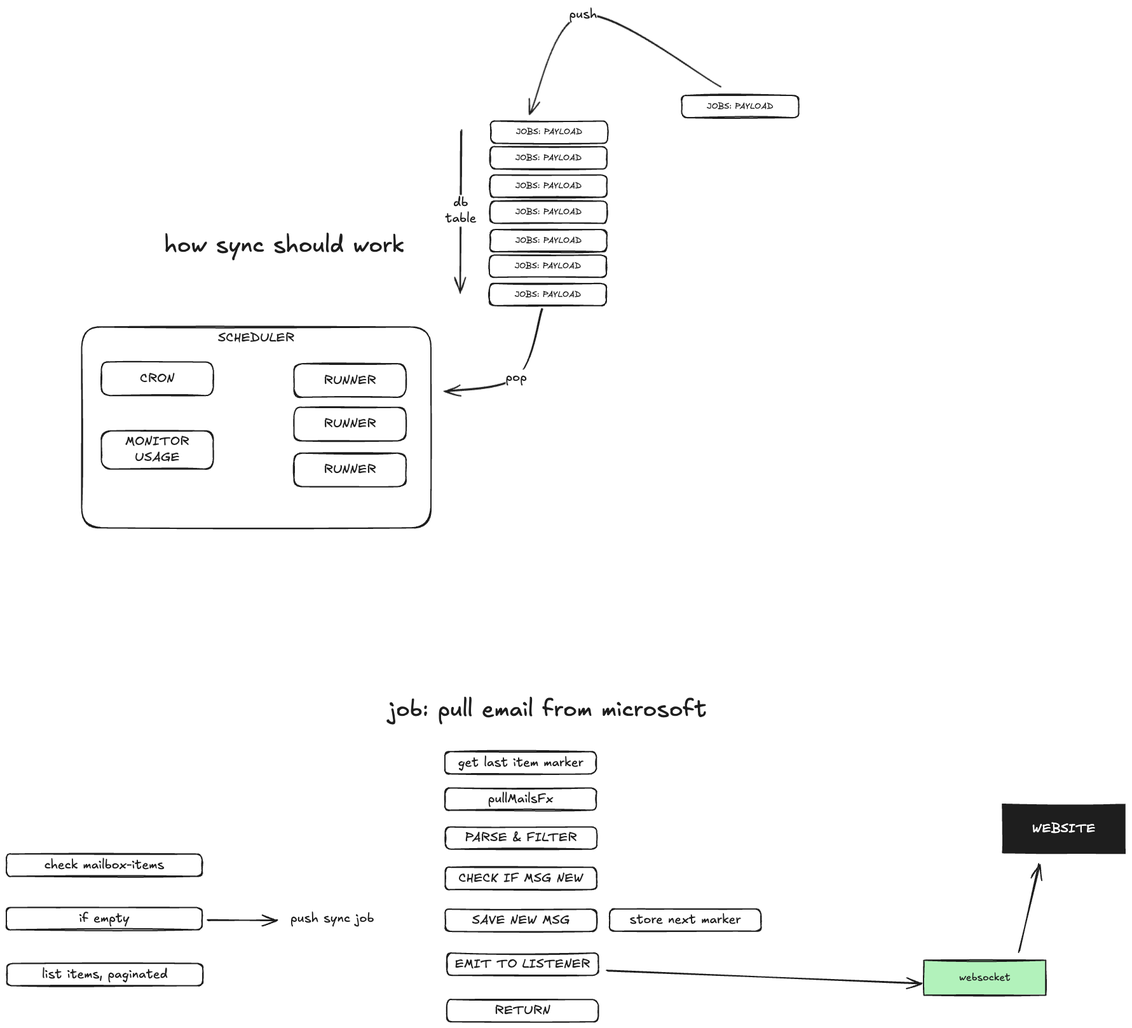
ecliptic-studio/ecliptic keeps this Excalidraw diagram as src/controllers/ctrl.mailbox.list.emails.excalidraw.png. Above is the earlier version. Source tidied: one line per element, renumbered; positions are measured from the earlier drawing's top-left corner, leaving out a move shared by most shapes.
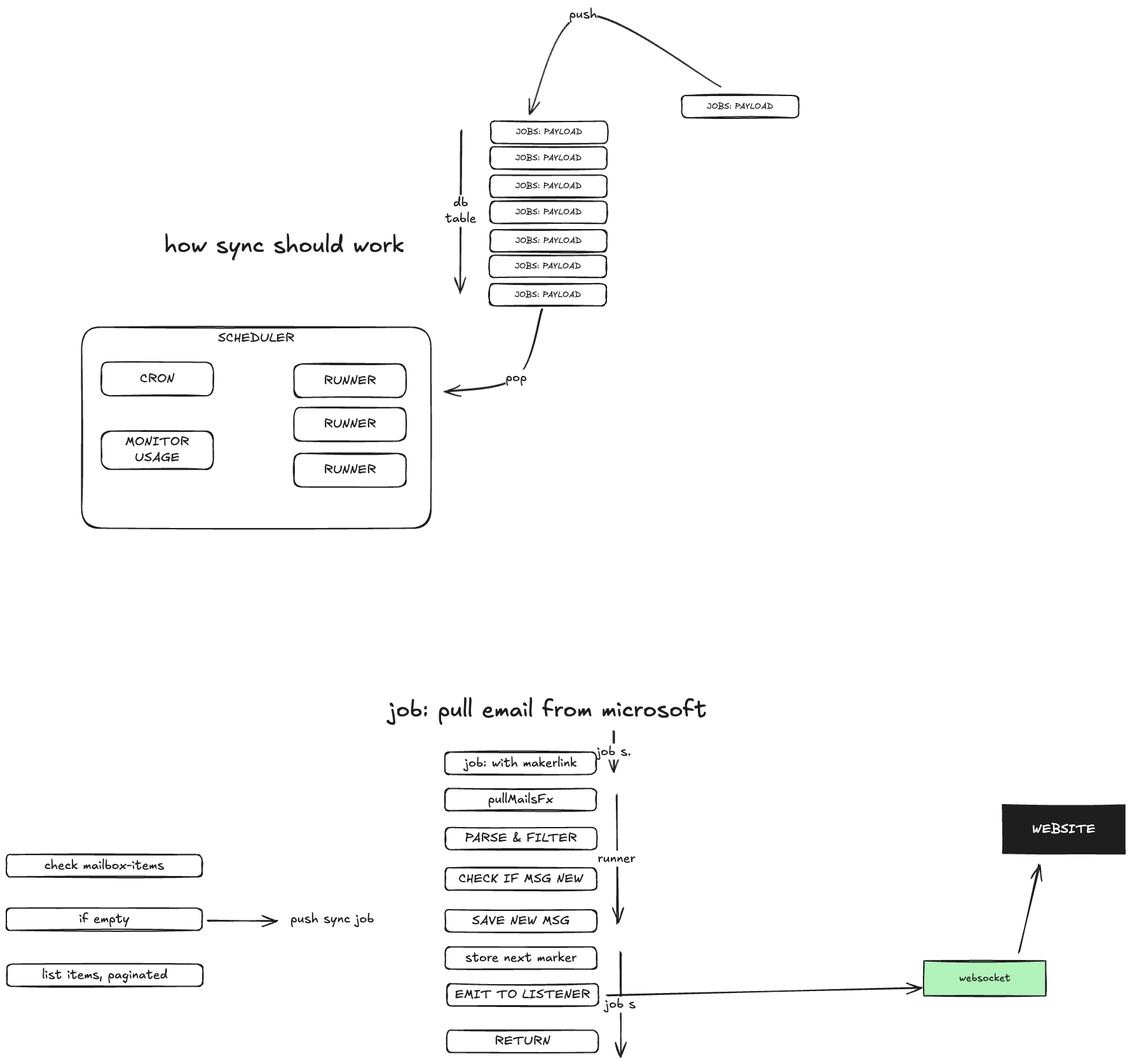
The same file after the commit.

What changed in the source:
```diff
@@ -8,7 +8,7 @@
 {"id": 7, "type": "text", "text": "list items, paginated", "strokeColor": "#1e1e1e", "strokeWidth": 2, "roughness": 1, "fontSize": 20, "fontFamily": 5, "textAlign": "center", "verticalAlign": "middle", "inside": 6, "x": 56, "y": 1510, "width": 197, "height": 25}
 {"id": 8, "type": "text", "text": "job: pull email from microsoft", "strokeColor": "#1e1e1e", "strokeWidth": 2, "roughness": 1, "fontSize": 36, "fontFamily": 5, "x": 601, "y": 1084, "width": 501, "height": 45}
 {"id": 9, "type": "rectangle", "strokeColor": "#1e1e1e", "strokeWidth": 2, "roughness": 1, "round": true, "x": 690, "y": 1172, "width": 238, "height": 35}
-{"id": 10, "type": "text", "text": "get last item marker", "strokeColor": "#1e1e1e", "strokeWidth": 2, "roughness": 1, "fontSize": 20, "fontFamily": 5, "textAlign": "center", "verticalAlign": "middle", "inside": 9, "x": 711, "y": 1177, "width": 197, "height": 25}
+{"id": 10, "type": "text", "text": "job: with makerlink", "strokeColor": "#1e1e1e", "strokeWidth": 2, "roughness": 1, "fontSize": 20, "fontFamily": 5, "textAlign": "center", "verticalAlign": "middle", "inside": 9, "x": 721, "y": 1177, "width": 177, "height": 25}
 {"id": 11, "type": "rectangle", "strokeColor": "#ffffff", "backgroundColor": "#1e1e1e", "fillStyle": "solid", "strokeWidth": 2, "roughness": 1, "x": 1565, "y": 1253, "width": 197, "height": 81}
 {"id": 12, "type": "text", "text": "WEBSITE", "strokeColor": "#ffffff", "backgroundColor": "#1e1e1e", "fillStyle": "solid", "strokeWidth": 2, "roughness": 1, "fontSize": 20, "fontFamily": 5, "textAlign": "center", "verticalAlign": "middle", "inside": 11, "x": 1614, "y": 1281, "width": 100, "height": 25}
 {"id": 13, "type": "rectangle", "strokeColor": "#1e1e1e", "strokeWidth": 2, "roughness": 1, "round": true, "x": 690, "y": 1229, "width": 238, "height": 35}
@@ -19,48 +19,19 @@
 {"id": 18, "type": "text", "text": "PARSE & FILTER", "strokeColor": "#1e1e1e", "strokeWidth": 2, "roughness": 1, "fontSize": 20, "fontFamily": 5, "textAlign": "center", "verticalAlign": "middle", "inside": 17, "x": 722, "y": 1296, "width": 176, "height": 25}
 {"id": 19, "type": "rectangle", "strokeColor": "#1e1e1e", "strokeWidth": 2, "roughness": 1, "round": true, "x": 691, "y": 1420, "width": 238, "height": 35}
 {"id": 20, "type": "text", "text": "SAVE NEW MSG", "strokeColor": "#1e1e1e", "strokeWidth": 2, "roughness": 1, "fontSize": 20, "fontFamily": 5, "textAlign": "center", "verticalAlign": "middle", "inside": 19, "x": 733, "y": 1425, "width": 154, "height": 25}
-{"id": 21, "type": "rectangle", "strokeColor": "#1e1e1e", "strokeWidth": 2, "roughness": 1, "round": true, "x": 693, "y": 1489, "width": 238, "height": 35}
+{"id": 21, "type": "rectangle", "strokeColor": "#1e1e1e", "strokeWidth": 2, "roughness": 1, "round": true, "x": 693, "y": 1536, "width": 238, "height": 35}
-{"id": 22, "type": "text", "text": "EMIT TO LISTENER", "strokeColor": "#1e1e1e", "strokeWidth": 2, "roughness": 1, "fontSize": 20, "fontFamily": 5, "textAlign": "center", "verticalAlign": "middle", "inside": 21, "x": 706, "y": 1494, "width": 213, "height": 25}
+{"id": 22, "type": "text", "text": "EMIT TO LISTENER", "strokeColor": "#1e1e1e", "strokeWidth": 2, "roughness": 1, "fontSize": 20, "fontFamily": 5, "textAlign": "center", "verticalAlign": "middle", "inside": 21, "x": 706, "y": 1541, "width": 213, "height": 25}
-{"id": 23, "type": "rectangle", "strokeColor": "#1e1e1e", "strokeWidth": 2, "roughness": 1, "round": true, "x": 949, "y": 1420, "width": 238, "height": 35}
+{"id": 23, "type": "rectangle", "strokeColor": "#1e1e1e", "strokeWidth": 2, "roughness": 1, "round": true, "x": 691, "y": 1478, "width": 238, "height": 35}
-{"id": 24, "type": "text", "text": "store next marker", "strokeColor": "#1e1e1e", "strokeWidth": 2, "roughness": 1, "fontSize": 20, "fontFamily": 5, "textAlign": "center", "verticalAlign": "middle", "inside": 23, "x": 981, "y": 1425, "width": 175, "height": 25}
+{"id": 24, "type": "text", "text": "store next marker", "strokeColor": "#1e1e1e", "strokeWidth": 2, "roughness": 1, "fontSize": 20, "fontFamily": 5, "textAlign": "center", "verticalAlign": "middle", "inside": 23, "x": 722, "y": 1483, "width": 175, "height": 25}
-{"id": 25, "type": "rectangle", "strokeColor": "#1e1e1e", "strokeWidth": 2, "roughness": 1, "round": true, "x": 693, "y": 1562, "width": 238, "height": 35}
+{"id": 25, "type": "rectangle", "strokeColor": "#1e1e1e", "strokeWidth": 2, "roughness": 1, "round": true, "x": 693, "y": 1609, "width": 238, "height": 35}
-{"id": 26, "type": "text", "text": "RETURN", "strokeColor": "#1e1e1e", "strokeWidth": 2, "roughness": 1, "fontSize": 20, "fontFamily": 5, "textAlign": "center", "verticalAlign": "middle", "inside": 25, "x": 768, "y": 1567, "width": 88, "height": 25}
+{"id": 26, "type": "text", "text": "RETURN", "strokeColor": "#1e1e1e", "strokeWidth": 2, "roughness": 1, "fontSize": 20, "fontFamily": 5, "textAlign": "center", "verticalAlign": "middle", "inside": 25, "x": 768, "y": 1614, "width": 88, "height": 25}
 {"id": 27, "type": "rectangle", "strokeColor": "#1e1e1e", "backgroundColor": "#b2f2bb", "fillStyle": "solid", "strokeWidth": 2, "roughness": 1, "x": 1444, "y": 1500, "width": 192, "height": 55}
 {"id": 28, "type": "text", "text": "websocket", "strokeColor": "#1e1e1e", "backgroundColor": "#b2f2bb", "fillStyle": "solid", "strokeWidth": 2, "roughness": 1, "fontSize": 16, "fontFamily": 5, "textAlign": "center", "verticalAlign": "middle", "inside": 27, "x": 1499, "y": 1518, "width": 81, "height": 20}
-{"id": 29, "type": "arrow", "strokeColor": "#1e1e1e", "backgroundColor": "#b2f2bb", "fillStyle": "solid", "strokeWidth": 2, "roughness": 1, "endArrowhead": "arrow", "round": true, "from": 21, "to": 27, "x": 946, "y": 1517, "width": 495, "height": 20, "points": [[0, 0], [495, 20]]}
+{"id": 29, "type": "arrow", "strokeColor": "#1e1e1e", "backgroundColor": "#b2f2bb", "fillStyle": "solid", "strokeWidth": 2, "roughness": 1, "endArrowhead": "arrow", "round": true, "from": 21, "to": 27, "x": 946, "y": 1555, "width": 495, "height": 12, "points": [[0, 0], [495, -12]]}
 {"id": 30, "type": "arrow", "strokeColor": "#1e1e1e", "backgroundColor": "#b2f2bb", "fillStyle": "solid", "strokeWidth": 2, "roughness": 1, "endArrowhead": "arrow", "round": true, "from": 27, "to": 11, "x": 1594, "y": 1487, "width": 31, "height": 138, "points": [[0, 0], [31, -138]]}
-{"id": 31, "type": "text", "text": "how sync should work", "strokeColor": "#1e1e1e", "strokeWidth": 2, "roughness": 1, "fontSize": 36, "fontFamily": 5, "x": 248, "y": 354, "width": 378, "height": 45}
-{"id": 32, "type": "rectangle", "strokeColor": "#1e1e1e", "strokeWidth": 2, "roughness": 1, "round": true, "x": 1062, "y": 140, "width": 184, "height": 35}
-{"id": 33, "type": "text", "text": "JOBS: PAYLOAD", "strokeColor": "#1e1e1e", "strokeWidth": 2, "roughness": 1, "fontSize": 13.2, "fontFamily": 5, "textAlign": "center", "verticalAlign": "middle", "inside": 32, "x": 1102, "y": 149, "width": 105, "height": 16}
-{"id": 34, "type": "rectangle", "strokeColor": "#1e1e1e", "strokeWidth": 2, "roughness": 1, "round": true, "x": 762, "y": 180, "width": 184, "height": 35}
-{"id": 35, "type": "text", "text": "JOBS: PAYLOAD", "strokeColor": "#1e1e1e", "strokeWidth": 2, "roughness": 1, "fontSize": 13.2, "fontFamily": 5, "textAlign": "center", "verticalAlign": "middle", "inside": 34, "x": 802, "y": 190, "width": 105, "height": 16}
-{"id": 36, "type": "rectangle", "strokeColor": "#1e1e1e", "strokeWidth": 2, "roughness": 1, "round": true, "x": 761, "y": 221, "width": 184, "height": 35}
-{"id": 37, "type": "text", "text": "JOBS: PAYLOAD", "strokeColor": "#1e1e1e", "strokeWidth": 2, "roughness": 1, "fontSize": 13.2, "fontFamily": 5, "textAlign": "center", "verticalAlign": "middle", "inside": 36, "x": 801, "y": 230, "width": 105, "height": 16}
-{"id": 38, "type": "rectangle", "strokeColor": "#1e1e1e", "strokeWidth": 2, "roughness": 1, "round": true, "x": 761, "y": 265, "width": 184, "height": 35}
-{"id": 39, "type": "text", "text": "JOBS: PAYLOAD", "strokeColor": "#1e1e1e", "strokeWidth": 2, "roughness": 1, "fontSize": 13.2, "fontFamily": 5, "textAlign": "center", "verticalAlign": "middle", "inside": 38, "x": 801, "y": 275, "width": 105, "height": 16}
-{"id": 40, "type": "rectangle", "strokeColor": "#1e1e1e", "strokeWidth": 2, "roughness": 1, "round": true, "x": 761, "y": 306, "width": 184, "height": 35}
-{"id": 41, "type": "text", "text": "JOBS: PAYLOAD", "strokeColor": "#1e1e1e", "strokeWidth": 2, "roughness": 1, "fontSize": 13.2, "fontFamily": 5, "textAlign": "center", "verticalAlign": "middle", "inside": 40, "x": 801, "y": 316, "width": 105, "height": 16}
-{"id": 42, "type": "rectangle", "strokeColor": "#1e1e1e", "strokeWidth": 2, "roughness": 1, "round": true, "x": 761, "y": 351, "width": 184, "height": 35}
-{"id": 43, "type": "text", "text": "JOBS: PAYLOAD", "strokeColor": "#1e1e1e", "strokeWidth": 2, "roughness": 1, "fontSize": 13.2, "fontFamily": 5, "textAlign": "center", "verticalAlign": "middle", "inside": 42, "x": 801, "y": 360, "width": 105, "height": 16}
-{"id": 44, "type": "rectangle", "strokeColor": "#1e1e1e", "strokeWidth": 2, "roughness": 1, "round": true, "x": 760, "y": 391, "width": 184, "height": 35}
-{"id": 45, "type": "text", "text": "JOBS: PAYLOAD", "strokeColor": "#1e1e1e", "strokeWidth": 2, "roughness": 1, "fontSize": 13.2, "fontFamily": 5, "textAlign": "center", "verticalAlign": "middle", "inside": 44, "x": 800, "y": 400, "width": 105, "height": 16}
-{"id": 46, "type": "rectangle", "strokeColor": "#1e1e1e", "strokeWidth": 2, "roughness": 1, "round": true, "x": 760, "y": 436, "width": 184, "height": 35}
-{"id": 47, "type": "text", "text": "JOBS: PAYLOAD", "strokeColor": "#1e1e1e", "strokeWidth": 2, "roughness": 1, "fontSize": 13.2, "fontFamily": 5, "textAlign": "center", "verticalAlign": "middle", "inside": 46, "x": 800, "y": 445, "width": 105, "height": 16}
-{"id": 48, "type": "arrow", "strokeColor": "#1e1e1e", "strokeWidth": 2, "roughness": 1, "endArrowhead": "arrow", "round": true, "from": 32, "to": 34, "x": 1123, "y": 125, "width": 300, "height": 155, "points": [[0, 0], [-216, -112], [-300, 43]]}
-{"id": 49, "type": "text", "text": "push", "strokeColor": "#1e1e1e", "strokeWidth": 2, "roughness": 1, "fontSize": 20, "fontFamily": 5, "textAlign": "center", "verticalAlign": "middle", "inside": 48, "x": 885, "y": 0, "width": 44, "height": 25}
-{"id": 50, "type": "rectangle", "strokeColor": "#1e1e1e", "strokeWidth": 2, "roughness": 1, "round": true, "x": 118, "y": 504, "width": 549, "height": 316}
-{"id": 51, "type": "text", "text": "SCHEDULER", "strokeColor": "#1e1e1e", "strokeWidth": 2, "roughness": 1, "fontSize": 20, "fontFamily": 5, "textAlign": "center", "inside": 50, "x": 333, "y": 509, "width": 121, "height": 25}
-{"id": 52, "type": "arrow", "strokeColor": "#1e1e1e", "strokeWidth": 2, "roughness": 1, "endArrowhead": "arrow", "round": true, "from": 46, "to": 50, "x": 843, "y": 475, "width": 154, "height": 132, "points": [[0, 0], [-40, 109], [-154, 132]]}
-{"id": 53, "type": "text", "text": "pop", "strokeColor": "#1e1e1e", "strokeWidth": 2, "roughness": 1, "fontSize": 20, "fontFamily": 5, "textAlign": "center", "verticalAlign": "middle", "inside": 52, "x": 785, "y": 571, "width": 33, "height": 25}
-{"id": 54, "type": "arrow", "strokeColor": "#1e1e1e", "strokeWidth": 2, "roughness": 1, "endArrowhead": "arrow", "round": true, "x": 716, "y": 194, "width": 3, "height": 255, "points": [[0, 0], [-3, 255]]}
-{"id": 55, "type": "text", "text": "db\ntable", "strokeColor": "#1e1e1e", "strokeWidth": 2, "roughness": 1, "fontSize": 20, "fontFamily": 5, "textAlign": "center", "verticalAlign": "middle", "inside": 54, "x": 680, "y": 296, "width": 49, "height": 50}
-{"id": 56, "type": "rectangle", "strokeColor": "#1e1e1e", "strokeWidth": 2, "roughness": 1, "round": true, "x": 453, "y": 562, "width": 176, "height": 53}
-{"id": 57, "type": "text", "text": "RUNNER", "strokeColor": "#1e1e1e", "strokeWidth": 2, "roughness": 1, "fontSize": 20, "fontFamily": 5, "textAlign": "center", "verticalAlign": "middle", "inside": 56, "x": 499, "y": 576, "width": 82, "height": 25}
-{"id": 58, "type": "rectangle", "strokeColor": "#1e1e1e", "strokeWidth": 2, "roughness": 1, "round": true, "x": 453, "y": 631, "width": 176, "height": 53}
-{"id": 59, "type": "text", "text": "RUNNER", "strokeColor": "#1e1e1e", "strokeWidth": 2, "roughness": 1, "fontSize": 20, "fontFamily": 5, "textAlign": "center", "verticalAlign": "middle", "inside": 58, "x": 499, "y": 645, "width": 82, "height": 25}
-{"id": 60, "type": "rectangle", "strokeColor": "#1e1e1e", "strokeWidth": 2, "roughness": 1, "round": true, "x": 453, "y": 703, "width": 176, "height": 53}
-{"id": 61, "type": "text", "text": "RUNNER", "strokeColor": "#1e1e1e", "strokeWidth": 2, "roughness": 1, "fontSize": 20, "fontFamily": 5, "textAlign": "center", "verticalAlign": "middle", "inside": 60, "x": 499, "y": 717, "width": 82, "height": 25}
-{"id": 62, "type": "rectangle", "strokeColor": "#1e1e1e", "strokeWidth": 2, "roughness": 1, "round": true, "x": 149, "y": 559, "width": 176, "height": 53}
-{"id": 63, "type": "text", "text": "CRON", "strokeColor": "#1e1e1e", "strokeWidth": 2, "roughness": 1, "fontSize": 20, "fontFamily": 5, "textAlign": "center", "verticalAlign": "middle", "inside": 62, "x": 210, "y": 573, "width": 55, "height": 25}
-{"id": 64, "type": "rectangle", "strokeColor": "#1e1e1e", "strokeWidth": 2, "roughness": 1, "round": true, "x": 149, "y": 668, "width": 176, "height": 60}
-{"id": 65, "type": "text", "text": "MONITOR\nUSAGE", "strokeColor": "#1e1e1e", "strokeWidth": 2, "roughness": 1, "fontSize": 20, "fontFamily": 5, "textAlign": "center", "verticalAlign": "middle", "inside": 64, "x": 187, "y": 673, "width": 101, "height": 50}
+{"id": 66, "type": "arrow", "strokeColor": "#1e1e1e", "strokeWidth": 2, "roughness": 1, "endArrowhead": "arrow", "round": true, "x": 959, "y": 1239, "width": 2, "height": 202, "points": [[0, 0], [2, 202]]}
+{"id": 67, "type": "text", "text": "runner", "strokeColor": "#1e1e1e", "strokeWidth": 2, "roughness": 1, "fontSize": 20, "fontFamily": 5, "textAlign": "center", "verticalAlign": "middle", "inside": 66, "x": 931, "y": 1327, "width": 59, "height": 25}
+{"id": 68, "type": "arrow", "strokeColor": "#1e1e1e", "strokeWidth": 2, "roughness": 1, "endArrowhead": "arrow", "round": true, "from": 8, "x": 956, "y": 1139, "width": 0, "height": 65, "points": [[0, 0], [0, 65]]}
+{"id": 69, "type": "text", "text": "job s.", "strokeColor": "#1e1e1e", "strokeWidth": 2, "roughness": 1, "fontSize": 20, "fontFamily": 5, "textAlign": "center", "verticalAlign": "middle", "inside": 68, "x": 929, "y": 1159, "width": 54, "height": 25}
+{"id": 70, "type": "arrow", "strokeColor": "#1e1e1e", "strokeWidth": 2, "roughness": 1, "endArrowhead": "arrow", "round": true, "x": 966, "y": 1487, "width": 1, "height": 166, "points": [[0, 0], [-1, 166]]}
+{"id": 71, "type": "text", "text": "job s", "strokeColor": "#1e1e1e", "strokeWidth": 2, "roughness": 1, "fontSize": 20, "fontFamily": 5, "textAlign": "center", "verticalAlign": "middle", "inside": 70, "x": 942, "y": 1557, "width": 49, "height": 25}
```
